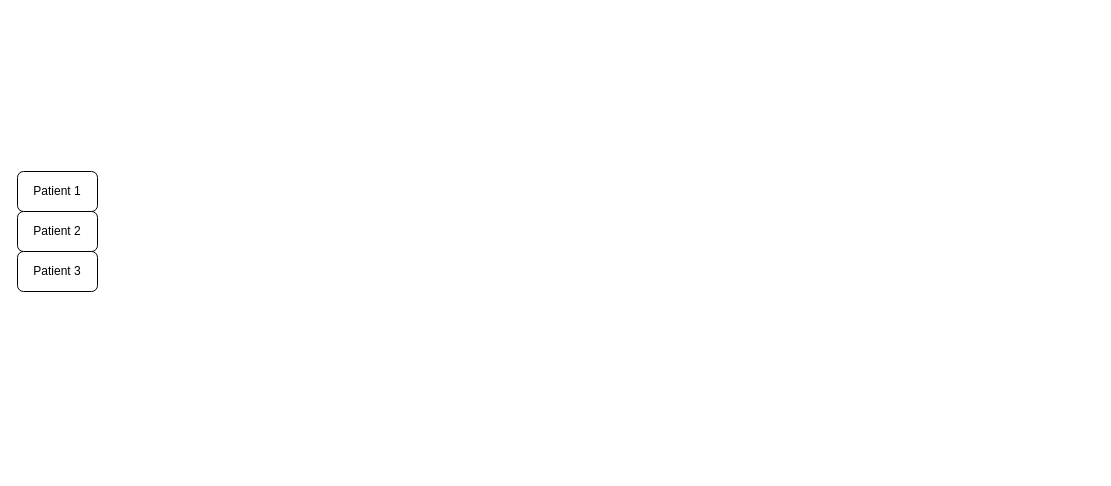
This is diagrams/TS-Collapse.drawio from Jeremstym/pretrainingTSPFN, a draw.io file, before an edit. Source tidied: cells renumbered, new cells numbered last; positions are measured from the earlier drawing's top-left corner, leaving out a move shared by most shapes. Both pictures are drawn from the tidied source at 100%, with x=0, y=0 at pixel (17, 171).
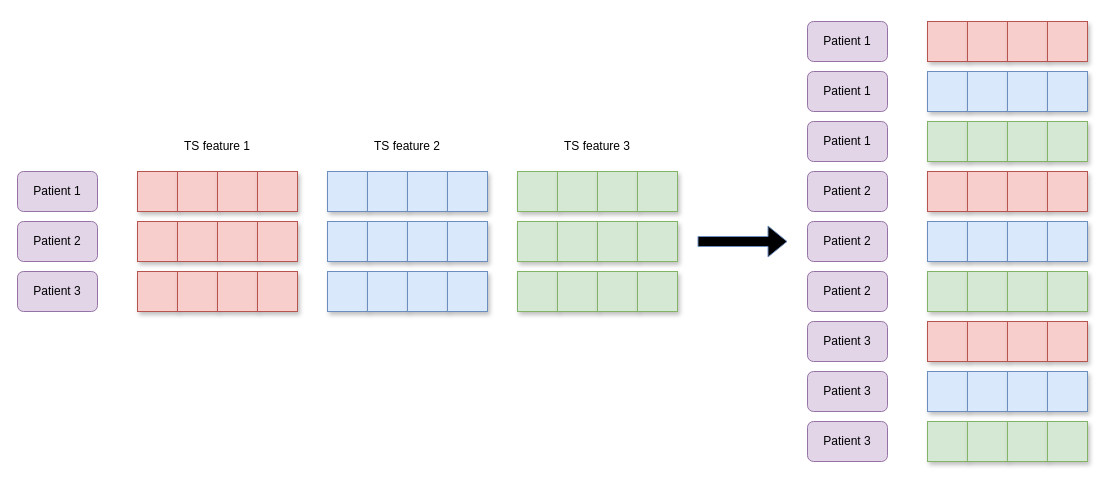
After the change.

Commit message (it also covers changes not shown here):
Mettre à jour TS-Collapse.drawio

What changed in the source:
```diff
@@
-    <mxCell id="2" value="Patient 1" style="rounded=1;whiteSpace=wrap;html=1;" parent="1" vertex="1">
+    <mxCell id="2" value="Patient 1" style="rounded=1;whiteSpace=wrap;html=1;fillColor=#e1d5e7;strokeColor=#9673a6;" parent="1" vertex="1">
       <mxGeometry width="80" height="40" as="geometry" />
     </mxCell>
-    <mxCell id="3" value="Patient 2" style="rounded=1;whiteSpace=wrap;html=1;" parent="1" vertex="1">
-      <mxGeometry y="40" width="80" height="40" as="geometry" />
+    <mxCell id="3" value="Patient 2" style="rounded=1;whiteSpace=wrap;html=1;fillColor=#e1d5e7;strokeColor=#9673a6;" parent="1" vertex="1">
+      <mxGeometry y="50" width="80" height="40" as="geometry" />
     </mxCell>
-    <mxCell id="4" value="Patient 3" style="rounded=1;whiteSpace=wrap;html=1;" parent="1" vertex="1">
-      <mxGeometry y="80" width="80" height="40" as="geometry" />
+    <mxCell id="4" value="Patient 3" style="rounded=1;whiteSpace=wrap;html=1;fillColor=#e1d5e7;strokeColor=#9673a6;" parent="1" vertex="1">
+      <mxGeometry y="100" width="80" height="40" as="geometry" />
     </mxCell>
+    <mxCell id="5" style="rounded=0;whiteSpace=wrap;html=1;fillColor=#f8cecc;strokeColor=#b85450;shadow=1;" parent="1" vertex="1">
+      <mxGeometry x="120" width="40" height="40" as="geometry" />
+    </mxCell>
+    <mxCell id="6" style="rounded=0;whiteSpace=wrap;html=1;fillColor=#f8cecc;strokeColor=#b85450;shadow=1;" parent="1" vertex="1">
+      <mxGeometry x="160" width="40" height="40" as="geometry" />
+    </mxCell>
+    <mxCell id="7" style="rounded=0;whiteSpace=wrap;html=1;fillColor=#f8cecc;strokeColor=#b85450;shadow=1;" parent="1" vertex="1">
+      <mxGeometry x="200" width="40" height="40" as="geometry" />
+    </mxCell>
+    <mxCell id="8" style="rounded=0;whiteSpace=wrap;html=1;fillColor=#f8cecc;strokeColor=#b85450;shadow=1;" parent="1" vertex="1">
+      <mxGeometry x="240" width="40" height="40" as="geometry" />
+    </mxCell>
+    <mxCell id="9" style="rounded=0;whiteSpace=wrap;html=1;fillColor=#dae8fc;strokeColor=#6c8ebf;shadow=1;" parent="1" vertex="1">
+      <mxGeometry x="310" width="40" height="40" as="geometry" />
+    </mxCell>
+    <mxCell id="10" style="rounded=0;whiteSpace=wrap;html=1;fillColor=#dae8fc;strokeColor=#6c8ebf;shadow=1;" parent="1" vertex="1">
+      <mxGeometry x="350" width="40" height="40" as="geometry" />
+    </mxCell>
+    <mxCell id="11" style="rounded=0;whiteSpace=wrap;html=1;fillColor=#dae8fc;strokeColor=#6c8ebf;shadow=1;" parent="1" vertex="1">
+      <mxGeometry x="390" width="40" height="40" as="geometry" />
+    </mxCell>
+    <mxCell id="12" style="rounded=0;whiteSpace=wrap;html=1;fillColor=#dae8fc;strokeColor=#6c8ebf;shadow=1;" parent="1" vertex="1">
+      <mxGeometry x="430" width="40" height="40" as="geometry" />
+    </mxCell>
+    <mxCell id="13" style="rounded=0;whiteSpace=wrap;html=1;fillColor=#d5e8d4;strokeColor=#82b366;shadow=1;" parent="1" vertex="1">
+      <mxGeometry x="500" width="40" height="40" as="geometry" />
+    </mxCell>
+    <mxCell id="14" style="rounded=0;whiteSpace=wrap;html=1;fillColor=#d5e8d4;strokeColor=#82b366;shadow=1;" parent="1" vertex="1">
+      <mxGeometry x="540" width="40" height="40" as="geometry" />
+    </mxCell>
+    <mxCell id="15" style="rounded=0;whiteSpace=wrap;html=1;fillColor=#d5e8d4;strokeColor=#82b366;shadow=1;" parent="1" vertex="1">
+      <mxGeometry x="580" width="40" height="40" as="geometry" />
+    </mxCell>
+    <mxCell id="16" style="rounded=0;whiteSpace=wrap;html=1;fillColor=#d5e8d4;strokeColor=#82b366;shadow=1;" parent="1" vertex="1">
+      <mxGeometry x="620" width="40" height="40" as="geometry" />
+    </mxCell>
+    <mxCell id="17" style="rounded=0;whiteSpace=wrap;html=1;fillColor=#f8cecc;strokeColor=#b85450;shadow=1;" parent="1" vertex="1">
+      <mxGeometry x="120" y="50" width="40" height="40" as="geometry" />
+    </mxCell>
+    <mxCell id="18" style="rounded=0;whiteSpace=wrap;html=1;fillColor=#f8cecc;strokeColor=#b85450;shadow=1;" parent="1" vertex="1">
+      <mxGeometry x="160" y="50" width="40" height="40" as="geometry" />
+    </mxCell>
+    <mxCell id="19" style="rounded=0;whiteSpace=wrap;html=1;fillColor=#f8cecc;strokeColor=#b85450;shadow=1;" parent="1" vertex="1">
+      <mxGeometry x="200" y="50" width="40" height="40" as="geometry" />
+    </mxCell>
+    <mxCell id="20" style="rounded=0;whiteSpace=wrap;html=1;fillColor=#f8cecc;strokeColor=#b85450;shadow=1;" parent="1" vertex="1">
+      <mxGeometry x="240" y="50" width="40" height="40" as="geometry" />
+    </mxCell>
+    <mxCell id="21" style="rounded=0;whiteSpace=wrap;html=1;fillColor=#dae8fc;strokeColor=#6c8ebf;shadow=1;" parent="1" vertex="1">
+      <mxGeometry x="310" y="50" width="40" height="40" as="geometry" />
+    </mxCell>
+    <mxCell id="22" style="rounded=0;whiteSpace=wrap;html=1;fillColor=#dae8fc;strokeColor=#6c8ebf;shadow=1;" parent="1" vertex="1">
+      <mxGeometry x="350" y="50" width="40" height="40" as="geometry" />
+    </mxCell>
+    <mxCell id="23" style="rounded=0;whiteSpace=wrap;html=1;fillColor=#dae8fc;strokeColor=#6c8ebf;shadow=1;" parent="1" vertex="1">
+      <mxGeometry x="390" y="50" width="40" height="40" as="geometry" />
+    </mxCell>
+    <mxCell id="24" style="rounded=0;whiteSpace=wrap;html=1;fillColor=#dae8fc;strokeColor=#6c8ebf;shadow=1;" parent="1" vertex="1">
+      <mxGeometry x="430" y="50" width="40" height="40" as="geometry" />
+    </mxCell>
+    <mxCell id="25" style="rounded=0;whiteSpace=wrap;html=1;fillColor=#d5e8d4;strokeColor=#82b366;shadow=1;" parent="1" vertex="1">
+      <mxGeometry x="500" y="50" width="40" height="40" as="geometry" />
+    </mxCell>
+    <mxCell id="26" style="rounded=0;whiteSpace=wrap;html=1;fillColor=#d5e8d4;strokeColor=#82b366;shadow=1;" parent="1" vertex="1">
+      <mxGeometry x="540" y="50" width="40" height="40" as="geometry" />
+    </mxCell>
+    <mxCell id="27" style="rounded=0;whiteSpace=wrap;html=1;fillColor=#d5e8d4;strokeColor=#82b366;shadow=1;" parent="1" vertex="1">
+      <mxGeometry x="580" y="50" width="40" height="40" as="geometry" />
+    </mxCell>
+    <mxCell id="28" style="rounded=0;whiteSpace=wrap;html=1;fillColor=#d5e8d4;strokeColor=#82b366;shadow=1;" parent="1" vertex="1">
+      <mxGeometry x="620" y="50" width="40" height="40" as="geometry" />
+    </mxCell>
+    <mxCell id="29" style="rounded=0;whiteSpace=wrap;html=1;fillColor=#f8cecc;strokeColor=#b85450;shadow=1;" parent="1" vertex="1">
+      <mxGeometry x="120" y="100" width="40" height="40" as="geometry" />
+    </mxCell>
+    <mxCell id="30" style="rounded=0;whiteSpace=wrap;html=1;fillColor=#f8cecc;strokeColor=#b85450;shadow=1;" parent="1" vertex="1">
+      <mxGeometry x="160" y="100" width="40" height="40" as="geometry" />
+    </mxCell>
+    <mxCell id="31" style="rounded=0;whiteSpace=wrap;html=1;fillColor=#f8cecc;strokeColor=#b85450;shadow=1;" parent="1" vertex="1">
+      <mxGeometry x="200" y="100" width="40" height="40" as="geometry" />
+    </mxCell>
+    <mxCell id="32" style="rounded=0;whiteSpace=wrap;html=1;fillColor=#f8cecc;strokeColor=#b85450;shadow=1;" parent="1" vertex="1">
+      <mxGeometry x="240" y="100" width="40" height="40" as="geometry" />
+    </mxCell>
+    <mxCell id="33" style="rounded=0;whiteSpace=wrap;html=1;fillColor=#dae8fc;strokeColor=#6c8ebf;shadow=1;" parent="1" vertex="1">
+      <mxGeometry x="310" y="100" width="40" height="40" as="geometry" />
+    </mxCell>
+    <mxCell id="34" style="rounded=0;whiteSpace=wrap;html=1;fillColor=#dae8fc;strokeColor=#6c8ebf;shadow=1;" parent="1" vertex="1">
+      <mxGeometry x="350" y="100" width="40" height="40" as="geometry" />
+    </mxCell>
+    <mxCell id="35" style="rounded=0;whiteSpace=wrap;html=1;fillColor=#dae8fc;strokeColor=#6c8ebf;shadow=1;" parent="1" vertex="1">
+      <mxGeometry x="390" y="100" width="40" height="40" as="geometry" />
+    </mxCell>
+    <mxCell id="36" style="rounded=0;whiteSpace=wrap;html=1;fillColor=#dae8fc;strokeColor=#6c8ebf;shadow=1;" parent="1" vertex="1">
+      <mxGeometry x="430" y="100" width="40" height="40" as="geometry" />
+    </mxCell>
+    <mxCell id="37" style="rounded=0;whiteSpace=wrap;html=1;fillColor=#d5e8d4;strokeColor=#82b366;shadow=1;" parent="1" vertex="1">
+      <mxGeometry x="500" y="100" width="40" height="40" as="geometry" />
+    </mxCell>
+    <mxCell id="38" style="rounded=0;whiteSpace=wrap;html=1;fillColor=#d5e8d4;strokeColor=#82b366;shadow=1;" parent="1" vertex="1">
+      <mxGeometry x="540" y="100" width="40" height="40" as="geometry" />
+    </mxCell>
+    <mxCell id="39" style="rounded=0;whiteSpace=wrap;html=1;fillColor=#d5e8d4;strokeColor=#82b366;shadow=1;" parent="1" vertex="1">
+      <mxGeometry x="580" y="100" width="40" height="40" as="geometry" />
+    </mxCell>
+    <mxCell id="40" style="rounded=0;whiteSpace=wrap;html=1;fillColor=#d5e8d4;strokeColor=#82b366;shadow=1;" parent="1" vertex="1">
+      <mxGeometry x="620" y="100" width="40" height="40" as="geometry" />
+    </mxCell>
+    <mxCell id="41" value="TS feature 1" style="text;html=1;whiteSpace=wrap;strokeColor=none;fillColor=none;align=center;verticalAlign=middle;rounded=0;" parent="1" vertex="1">
+      <mxGeometry x="160" y="-40" width="80" height="30" as="geometry" />
+    </mxCell>
+    <mxCell id="42" value="TS feature 2" style="text;html=1;whiteSpace=wrap;strokeColor=none;fillColor=none;align=center;verticalAlign=middle;rounded=0;" parent="1" vertex="1">
+      <mxGeometry x="350" y="-40" width="80" height="30" as="geometry" />
+    </mxCell>
+    <mxCell id="43" value="TS feature 3" style="text;html=1;whiteSpace=wrap;strokeColor=none;fillColor=none;align=center;verticalAlign=middle;rounded=0;" parent="1" vertex="1">
+      <mxGeometry x="540" y="-40" width="80" height="30" as="geometry" />
+    </mxCell>
+    <mxCell id="44" value="Patient 1" style="rounded=1;whiteSpace=wrap;html=1;fillColor=#e1d5e7;strokeColor=#9673a6;" parent="1" vertex="1">
+      <mxGeometry x="790" y="-150" width="80" height="40" as="geometry" />
+    </mxCell>
+    <mxCell id="45" value="Patient 2" style="rounded=1;whiteSpace=wrap;html=1;fillColor=#e1d5e7;strokeColor=#9673a6;" parent="1" vertex="1">
+      <mxGeometry x="790" width="80" height="40" as="geometry" />
+    </mxCell>
+    <mxCell id="46" value="Patient 3" style="rounded=1;whiteSpace=wrap;html=1;fillColor=#e1d5e7;strokeColor=#9673a6;" parent="1" vertex="1">
+      <mxGeometry x="790" y="150" width="80" height="40" as="geometry" />
+    </mxCell>
+    <mxCell id="47" style="rounded=0;whiteSpace=wrap;html=1;fillColor=#f8cecc;strokeColor=#b85450;shadow=1;" parent="1" vertex="1">
+      <mxGeometry x="910" y="-150" width="40" height="40" as="geometry" />
+    </mxCell>
+    <mxCell id="48" style="rounded=0;whiteSpace=wrap;html=1;fillColor=#f8cecc;strokeColor=#b85450;shadow=1;" parent="1" vertex="1">
+      <mxGeometry x="950" y="-150" width="40" height="40" as="geometry" />
+    </mxCell>
+    <mxCell id="49" style="rounded=0;whiteSpace=wrap;html=1;fillColor=#f8cecc;strokeColor=#b85450;shadow=1;" parent="1" vertex="1">
+      <mxGeometry x="990" y="-150" width="40" height="40" as="geometry" />
+    </mxCell>
+    <mxCell id="50" style="rounded=0;whiteSpace=wrap;html=1;fillColor=#f8cecc;strokeColor=#b85450;shadow=1;" parent="1" vertex="1">
+      <mxGeometry x="1030" y="-150" width="40" height="40" as="geometry" />
+    </mxCell>
+    <mxCell id="51" style="rounded=0;whiteSpace=wrap;html=1;fillColor=#dae8fc;strokeColor=#6c8ebf;shadow=1;" parent="1" vertex="1">
+      <mxGeometry x="910" y="-100" width="40" height="40" as="geometry" />
+    </mxCell>
+    <mxCell id="52" style="rounded=0;whiteSpace=wrap;html=1;fillColor=#dae8fc;strokeColor=#6c8ebf;shadow=1;" parent="1" vertex="1">
+      <mxGeometry x="950" y="-100" width="40" height="40" as="geometry" />
+    </mxCell>
+    <mxCell id="53" style="rounded=0;whiteSpace=wrap;html=1;fillColor=#dae8fc;strokeColor=#6c8ebf;shadow=1;" parent="1" vertex="1">
+      <mxGeometry x="990" y="-100" width="40" height="40" as="geometry" />
+    </mxCell>
+    <mxCell id="54" style="rounded=0;whiteSpace=wrap;html=1;fillColor=#dae8fc;strokeColor=#6c8ebf;shadow=1;" parent="1" vertex="1">
+      <mxGeometry x="1030" y="-100" width="40" height="40" as="geometry" />
+    </mxCell>
+    <mxCell id="55" style="rounded=0;whiteSpace=wrap;html=1;fillColor=#d5e8d4;strokeColor=#82b366;shadow=1;" parent="1" vertex="1">
+      <mxGeometry x="910" y="-50" width="40" height="40" as="geometry" />
+    </mxCell>
+    <mxCell id="56" style="rounded=0;whiteSpace=wrap;html=1;fillColor=#d5e8d4;strokeColor=#82b366;shadow=1;" parent="1" vertex="1">
+      <mxGeometry x="950" y="-50" width="40" height="40" as="geometry" />
+    </mxCell>
+    <mxCell id="57" style="rounded=0;whiteSpace=wrap;html=1;fillColor=#d5e8d4;strokeColor=#82b366;shadow=1;" parent="1" vertex="1">
+      <mxGeometry x="990" y="-50" width="40" height="40" as="geometry" />
+    </mxCell>
+    <mxCell id="58" style="rounded=0;whiteSpace=wrap;html=1;fillColor=#d5e8d4;strokeColor=#82b366;shadow=1;" parent="1" vertex="1">
+      <mxGeometry x="1030" y="-50" width="40" height="40" as="geometry" />
+    </mxCell>
+    <mxCell id="59" style="rounded=0;whiteSpace=wrap;html=1;fillColor=#f8cecc;strokeColor=#b85450;shadow=1;" parent="1" vertex="1">
+      <mxGeometry x="910" width="40" height="40" as="geometry" />
+    </mxCell>
+    <mxCell id="60" style="rounded=0;whiteSpace=wrap;html=1;fillColor=#f8cecc;strokeColor=#b85450;shadow=1;" parent="1" vertex="1">
+      <mxGeometry x="950" width="40" height="40" as="geometry" />
+    </mxCell>
+    <mxCell id="61" style="rounded=0;whiteSpace=wrap;html=1;fillColor=#f8cecc;strokeColor=#b85450;shadow=1;" parent="1" vertex="1">
+      <mxGeometry x="990" width="40" height="40" as="geometry" />
+    </mxCell>
+    <mxCell id="62" style="rounded=0;whiteSpace=wrap;html=1;fillColor=#f8cecc;strokeColor=#b85450;shadow=1;" parent="1" vertex="1">
+      <mxGeometry x="1030" width="40" height="40" as="geometry" />
+    </mxCell>
+    <mxCell id="63" style="rounded=0;whiteSpace=wrap;html=1;fillColor=#dae8fc;strokeColor=#6c8ebf;shadow=1;" parent="1" vertex="1">
+      <mxGeometry x="910" y="50" width="40" height="40" as="geometry" />
+    </mxCell>
+    <mxCell id="64" style="rounded=0;whiteSpace=wrap;html=1;fillColor=#dae8fc;strokeColor=#6c8ebf;shadow=1;" parent="1" vertex="1">
+      <mxGeometry x="950" y="50" width="40" height="40" as="geometry" />
+    </mxCell>
+    <mxCell id="65" style="rounded=0;whiteSpace=wrap;html=1;fillColor=#dae8fc;strokeColor=#6c8ebf;shadow=1;" parent="1" vertex="1">
+      <mxGeometry x="990" y="50" width="40" height="40" as="geometry" />
+    </mxCell>
+    <mxCell id="66" style="rounded=0;whiteSpace=wrap;html=1;fillColor=#dae8fc;strokeColor=#6c8ebf;shadow=1;" parent="1" vertex="1">
+      <mxGeometry x="1030" y="50" width="40" height="40" as="geometry" />
+    </mxCell>
+    <mxCell id="67" style="rounded=0;whiteSpace=wrap;html=1;fillColor=#d5e8d4;strokeColor=#82b366;shadow=1;" parent="1" vertex="1">
+      <mxGeometry x="910" y="100" width="40" height="40" as="geometry" />
+    </mxCell>
+    <mxCell id="68" style="rounded=0;whiteSpace=wrap;html=1;fillColor=#d5e8d4;strokeColor=#82b366;shadow=1;" parent="1" vertex="1">
+      <mxGeometry x="950" y="100" width="40" height="40" as="geometry" />
+    </mxCell>
+    <mxCell id="69" style="rounded=0;whiteSpace=wrap;html=1;fillColor=#d5e8d4;strokeColor=#82b366;shadow=1;" parent="1" vertex="1">
+      <mxGeometry x="990" y="100" width="40" height="40" as="geometry" />
+    </mxCell>
+    <mxCell id="70" style="rounded=0;whiteSpace=wrap;html=1;fillColor=#d5e8d4;strokeColor=#82b366;shadow=1;" parent="1" vertex="1">
+      <mxGeometry x="1030" y="100" width="40" height="40" as="geometry" />
+    </mxCell>
+    <mxCell id="71" style="rounded=0;whiteSpace=wrap;html=1;fillColor=#f8cecc;strokeColor=#b85450;shadow=1;" parent="1" vertex="1">
+      <mxGeometry x="910" y="150" width="40" height="40" as="geometry" />
+    </mxCell>
+    <mxCell id="72" style="rounded=0;whiteSpace=wrap;html=1;fillColor=#f8cecc;strokeColor=#b85450;shadow=1;" parent="1" vertex="1">
+      <mxGeometry x="950" y="150" width="40" height="40" as="geometry" />
+    </mxCell>
+    <mxCell id="73" style="rounded=0;whiteSpace=wrap;html=1;fillColor=#f8cecc;strokeColor=#b85450;shadow=1;" parent="1" vertex="1">
+      <mxGeometry x="990" y="150" width="40" height="40" as="geometry" />
+    </mxCell>
+    <mxCell id="74" style="rounded=0;whiteSpace=wrap;html=1;fillColor=#f8cecc;strokeColor=#b85450;shadow=1;" parent="1" vertex="1">
+      <mxGeometry x="1030" y="150" width="40" height="40" as="geometry" />
+    </mxCell>
+    <mxCell id="75" style="rounded=0;whiteSpace=wrap;html=1;fillColor=#dae8fc;strokeColor=#6c8ebf;shadow=1;" parent="1" vertex="1">
+      <mxGeometry x="910" y="200" width="40" height="40" as="geometry" />
+    </mxCell>
+    <mxCell id="76" style="rounded=0;whiteSpace=wrap;html=1;fillColor=#dae8fc;strokeColor=#6c8ebf;shadow=1;" parent="1" vertex="1">
+      <mxGeometry x="950" y="200" width="40" height="40" as="geometry" />
+    </mxCell>
+    <mxCell id="77" style="rounded=0;whiteSpace=wrap;html=1;fillColor=#dae8fc;strokeColor=#6c8ebf;shadow=1;" parent="1" vertex="1">
+      <mxGeometry x="990" y="200" width="40" height="40" as="geometry" />
+    </mxCell>
+    <mxCell id="78" style="rounded=0;whiteSpace=wrap;html=1;fillColor=#dae8fc;strokeColor=#6c8ebf;shadow=1;" parent="1" vertex="1">
+      <mxGeometry x="1030" y="200" width="40" height="40" as="geometry" />
+    </mxCell>
+    <mxCell id="79" style="rounded=0;whiteSpace=wrap;html=1;fillColor=#d5e8d4;strokeColor=#82b366;shadow=1;" parent="1" vertex="1">
+      <mxGeometry x="910" y="250" width="40" height="40" as="geometry" />
+    </mxCell>
+    <mxCell id="80" style="rounded=0;whiteSpace=wrap;html=1;fillColor=#d5e8d4;strokeColor=#82b366;shadow=1;" parent="1" vertex="1">
+      <mxGeometry x="950" y="250" width="40" height="40" as="geometry" />
+    </mxCell>
+    <mxCell id="81" style="rounded=0;whiteSpace=wrap;html=1;fillColor=#d5e8d4;strokeColor=#82b366;shadow=1;" parent="1" vertex="1">
+      <mxGeometry x="990" y="250" width="40" height="40" as="geometry" />
+    </mxCell>
+    <mxCell id="82" style="rounded=0;whiteSpace=wrap;html=1;fillColor=#d5e8d4;strokeColor=#82b366;shadow=1;" parent="1" vertex="1">
+      <mxGeometry x="1030" y="250" width="40" height="40" as="geometry" />
+    </mxCell>
+    <mxCell id="83" value="Patient 1" style="rounded=1;whiteSpace=wrap;html=1;fillColor=#e1d5e7;strokeColor=#9673a6;" parent="1" vertex="1">
+      <mxGeometry x="790" y="-100" width="80" height="40" as="geometry" />
+    </mxCell>
+    <mxCell id="84" value="Patient 1" style="rounded=1;whiteSpace=wrap;html=1;fillColor=#e1d5e7;strokeColor=#9673a6;" parent="1" vertex="1">
+      <mxGeometry x="790" y="-50" width="80" height="40" as="geometry" />
+    </mxCell>
+    <mxCell id="85" value="Patient 2" style="rounded=1;whiteSpace=wrap;html=1;fillColor=#e1d5e7;strokeColor=#9673a6;" parent="1" vertex="1">
+      <mxGeometry x="790" y="50" width="80" height="40" as="geometry" />
+    </mxCell>
+    <mxCell id="86" value="Patient 2" style="rounded=1;whiteSpace=wrap;html=1;fillColor=#e1d5e7;strokeColor=#9673a6;" parent="1" vertex="1">
+      <mxGeometry x="790" y="100" width="80" height="40" as="geometry" />
+    </mxCell>
+    <mxCell id="87" value="Patient 3" style="rounded=1;whiteSpace=wrap;html=1;fillColor=#e1d5e7;strokeColor=#9673a6;" parent="1" vertex="1">
+      <mxGeometry x="790" y="200" width="80" height="40" as="geometry" />
+    </mxCell>
+    <mxCell id="88" value="Patient 3" style="rounded=1;whiteSpace=wrap;html=1;fillColor=#e1d5e7;strokeColor=#9673a6;" parent="1" vertex="1">
+      <mxGeometry x="790" y="250" width="80" height="40" as="geometry" />
+    </mxCell>
+    <mxCell id="89" style="shape=flexArrow;endArrow=classic;html=1;rounded=0;fillColor=#dae8fc;strokeColor=#6c8ebf;gradientColor=light-dark(#5ba8d7, #ededed);" parent="1" edge="1">
+      <mxGeometry relative="1" as="geometry">
+        <mxPoint x="680" y="70" as="sourcePoint" />
+        <mxPoint x="770" y="70" as="targetPoint" />
+      </mxGeometry>
+    </mxCell>
```
